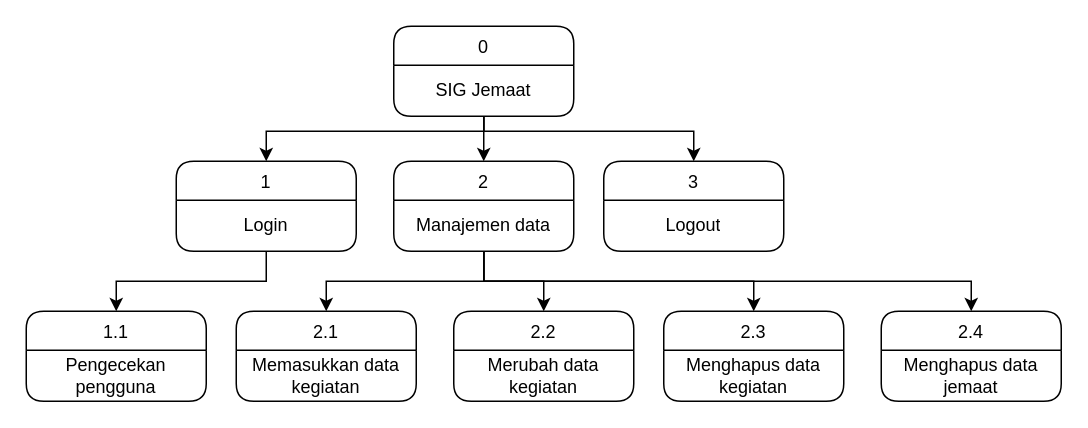
Earlier version of the draw.io diagram page "Page-2" (2 of 7) of DFD.drawio (Raymond-15/requirements). Source tidied: cells renumbered, new cells numbered last; positions are measured from the earlier drawing's top-left corner, leaving out a move shared by most shapes. Both pictures are drawn from the tidied source at 150%, with x=0, y=0 at pixel (26, 26).
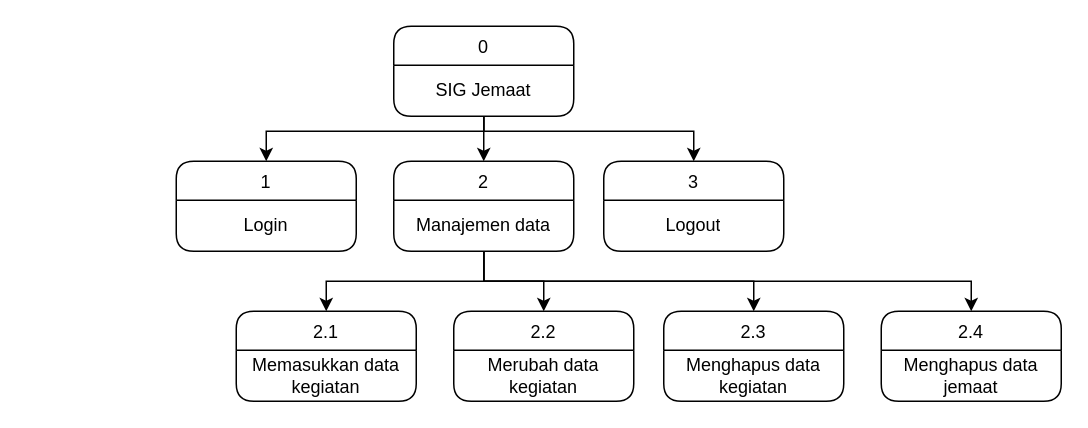
The same diagram, later.

Unchanged cells that the change refers to:
```xml
<mxCell id="13" value="1" style="swimlane;fontStyle=0;horizontal=1;startSize=26;fillColor=none;rounded=1;swimlaneLine=1;" parent="1" vertex="1">
  <mxGeometry x="100" y="90" width="120" height="60" as="geometry" />
</mxCell>
```

Diff of the diagram source:
```diff
@@
-    <mxCell id="12" style="edgeStyle=orthogonalEdgeStyle;rounded=0;jettySize=auto;html=1;entryX=0.5;entryY=0;entryDx=0;entryDy=0;" parent="1" edge="1" source="13" target="24">
-      <mxGeometry relative="1" as="geometry">
-        <Array as="points">
-          <mxPoint x="160" y="170" />
-          <mxPoint x="60" y="170" />
-        </Array>
-      </mxGeometry>
-    </mxCell>
@@
-    <mxCell id="24" value="1.1" style="swimlane;fontStyle=0;horizontal=1;startSize=26;fillColor=none;rounded=1;swimlaneLine=1;" parent="1" vertex="1">
-      <mxGeometry y="190" width="120" height="60" as="geometry" />
-    </mxCell>
-    <mxCell id="25" value="Pengecekan pengguna" style="text;strokeColor=none;fillColor=none;align=center;verticalAlign=middle;spacingLeft=4;spacingRight=4;overflow=hidden;whiteSpace=wrap;" parent="24" vertex="1">
-      <mxGeometry y="26" width="120" height="34" as="geometry" />
-    </mxCell>
```
